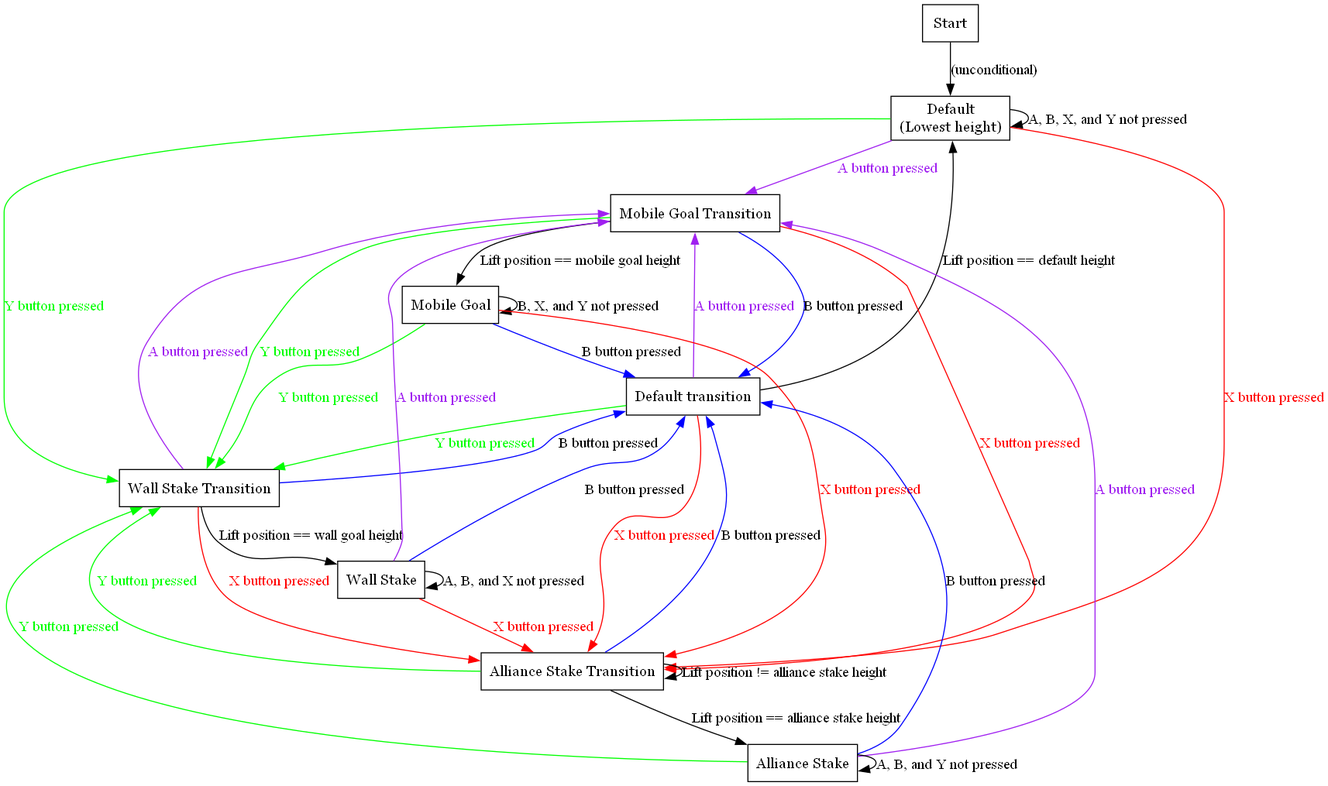
eshsrobotics/vex keeps this Graphviz diagram as 2024/prototype/intake_mechanisms/docs/lift-state-machine.png. Above is the earlier version. Its source is kept beside it as 2024/prototype/intake_mechanisms/docs/lift-state-machine.dot.
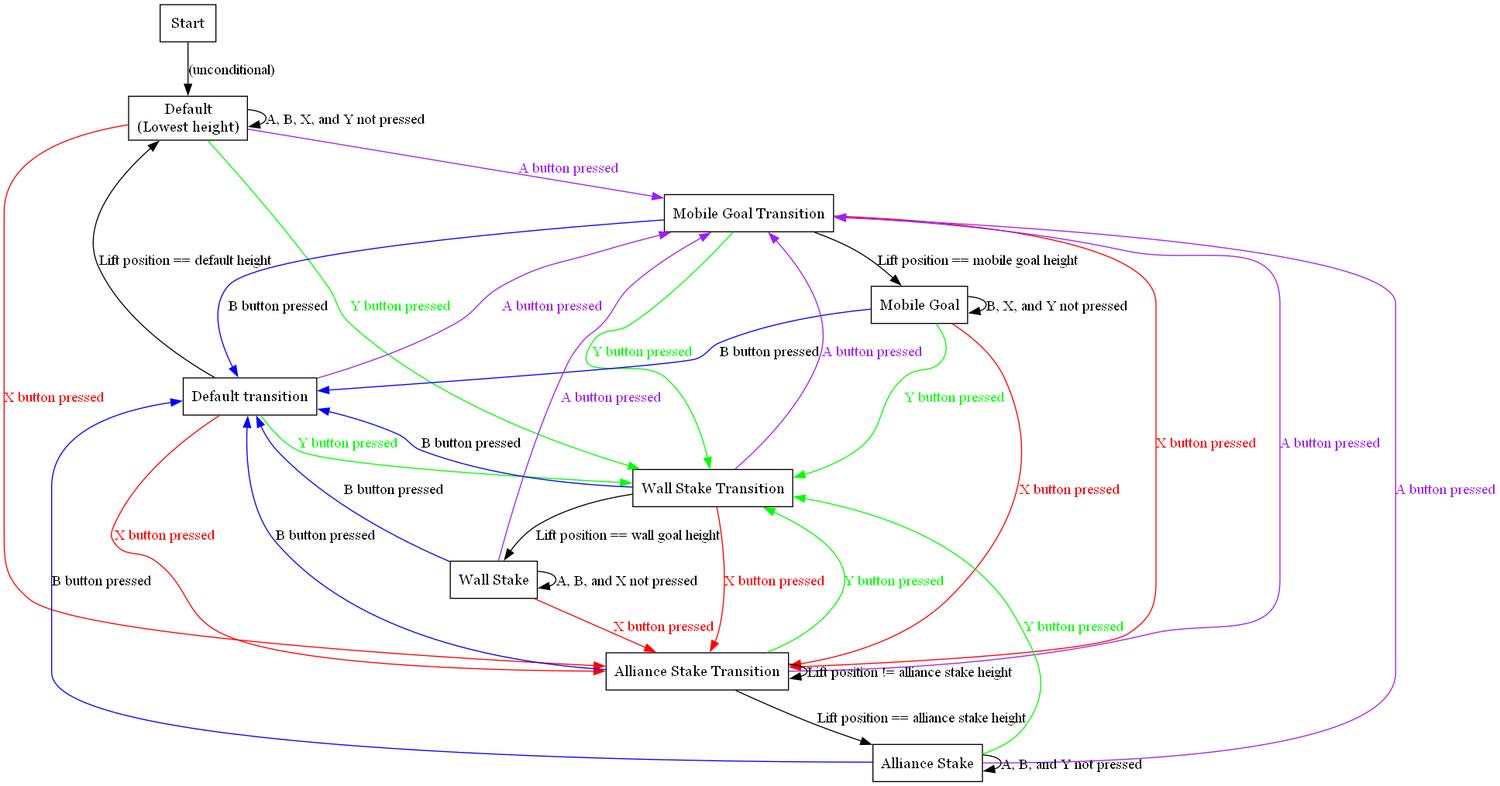
After the change.

Commit message:
Partially implemented the state machine.

* Wrote the comments for the enumerations for the
  state machine.
* The state machine has not been implemented.
* Fixed a minor bug in the state machine diagram
  where one of the transitions was missing.
  * The diagram looks messier now. We should
    consider removing the loopback comments as
    those will not be explicitly implemented.
* Warning: This code is untested as with all code
  before 2024-08-18.

What changed in the source:
```diff
@@ -18,6 +18,7 @@
     DefaultTransition -> WallStakeTransition [label="Y button pressed", fontcolor="lime", color="lime"];
     DefaultTransition -> AllianceStakeTransition [label="X button pressed", fontcolor="red", color="red"];
     DefaultTransition -> MobileGoalTransition [label="A button pressed", fontcolor="purple", color="purple"];
+
     Default -> MobileGoalTransition [label="A button pressed", fontcolor="purple", color="purple"];
     Default -> WallStakeTransition [label="Y button pressed", fontcolor="lime", color="lime"];
     Default -> AllianceStakeTransition [label="X button pressed", fontcolor="red", color="red"];
@@ -27,6 +28,7 @@
     MobileGoalTransition -> AllianceStakeTransition [label="X button pressed", fontcolor="red", color="red"];
     MobileGoalTransition -> WallStakeTransition [label="Y button pressed", fontcolor="lime", color="lime"];
     MobileGoalTransition -> DefaultTransition [label="B button pressed", color="blue"];
+
     MobileGoal -> AllianceStakeTransition [label="X button pressed", fontcolor="red", color="red"];
     MobileGoal -> WallStakeTransition [label="Y button pressed", fontcolor="lime", color="lime"];
     MobileGoal -> DefaultTransition [label="B button pressed", color="blue"];
@@ -36,6 +38,8 @@
     AllianceStakeTransition -> AllianceStake [label="Lift position == alliance stake height"];
     AllianceStakeTransition -> WallStakeTransition [label="Y button pressed", fontcolor="lime", color="lime"];
     AllianceStakeTransition -> AllianceStakeTransition [label="Lift position != alliance stake height"];
+    AllianceStakeTransition -> MobileGoalTransition [label="A button pressed", fontcolor="purple", color="purple"];
+
     AllianceStake -> DefaultTransition [label="B button pressed", color="blue"];
     AllianceStake -> MobileGoalTransition [label="A button pressed", fontcolor="purple", color="purple"];
     AllianceStake -> WallStakeTransition [label="Y button pressed", fontcolor="lime", color="lime"];
@@ -45,6 +49,7 @@
     WallStakeTransition -> WallStake [label="Lift position == wall goal height"];
     WallStakeTransition -> MobileGoalTransition [label="A button pressed", fontcolor="purple", color = "purple"];
     WallStakeTransition -> AllianceStakeTransition [label="X button pressed", fontcolor="red", color="red"];
+
     WallStake -> DefaultTransition [label="B button pressed", color = "blue"];
     WallStake -> MobileGoalTransition [label="A button pressed", fontcolor="purple", color="purple"]
     WallStake -> AllianceStakeTransition [label="X button pressed", fontcolor="red", color="red"];
```
